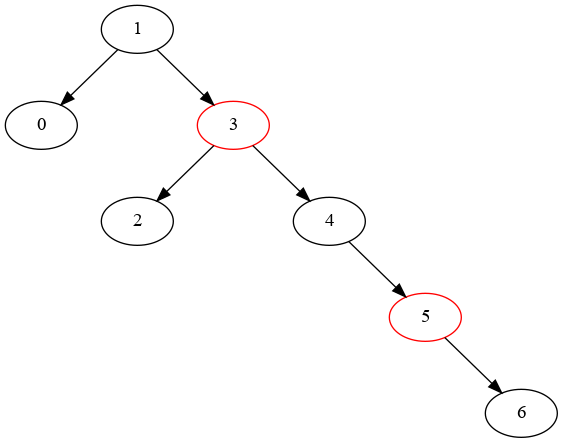
Earlier version of the Graphviz export docs/mp2i/files/C12/temp.png (fabricenativel/cpge-info). Its source is kept beside it as docs/mp2i/files/C12/temp.gv. Source of this version:
```dot
digraph mygraph {
1 [color = black]
1 -> 0
I0 [style=invis]
 1 -> I0 [style=invis]
1 -> 3
0 [color = black]
3 [color = red]
3 -> 2
I1 [style=invis]
 3 -> I1 [style=invis]
3 -> 4
2 [color = black]
4 [color = black]
I2 [style=invis]
 4 -> I2 [style=invis]
I3 [style=invis]
 4 -> I3 [style=invis]
4 -> 5
5 [color = red]
I4 [style=invis]
 5 -> I4 [style=invis]
I5 [style=invis]
 5 -> I5 [style=invis]
5 -> 6
6 [color = black]
}
```
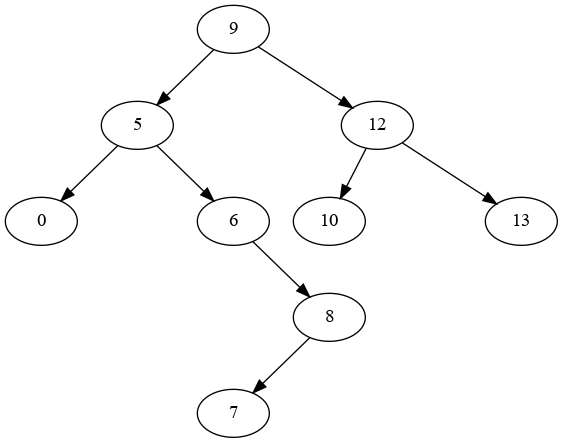
Later version of the same file.

The edit, as a diff of the source:
```diff
@@ -1,27 +1,24 @@
 digraph mygraph {
-1 [color = black]
-1 -> 0
+9 -> 5
 I0 [style=invis]
- 1 -> I0 [style=invis]
-1 -> 3
-0 [color = black]
-3 [color = red]
-3 -> 2
+ 9 -> I0 [style=invis]
+9 -> 12
+5 -> 0
 I1 [style=invis]
- 3 -> I1 [style=invis]
-3 -> 4
-2 [color = black]
-4 [color = black]
+ 5 -> I1 [style=invis]
+5 -> 6
 I2 [style=invis]
- 4 -> I2 [style=invis]
+ 6 -> I2 [style=invis]
 I3 [style=invis]
- 4 -> I3 [style=invis]
-4 -> 5
-5 [color = red]
+ 6 -> I3 [style=invis]
+6 -> 8
+8 -> 7
 I4 [style=invis]
- 5 -> I4 [style=invis]
+ 8 -> I4 [style=invis]
 I5 [style=invis]
- 5 -> I5 [style=invis]
-5 -> 6
-6 [color = black]
+ 8 -> I5 [style=invis]
+12 -> 10
+I6 [style=invis]
+ 12 -> I6 [style=invis]
+12 -> 13
 }
```
